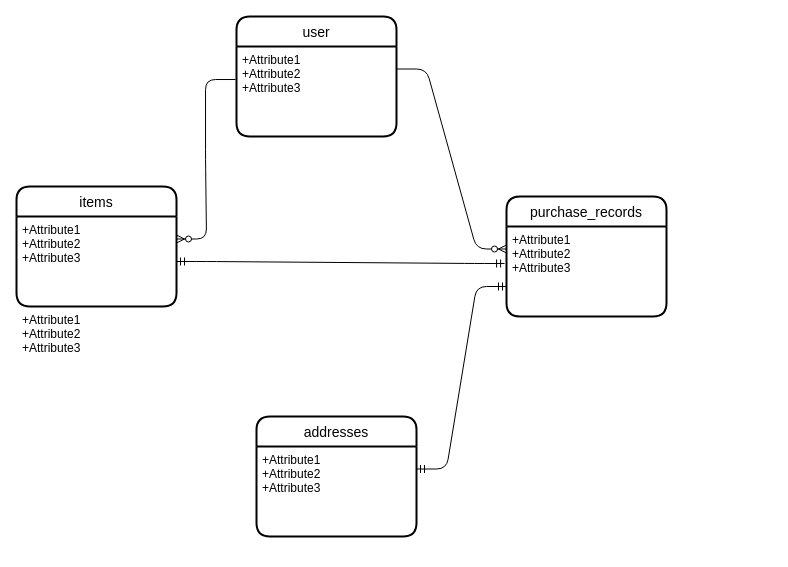
RyujiMasuda/furima-29579 keeps this draw.io diagram as table.dio. Above is the earlier version. Source tidied: cells renumbered, new cells numbered last; positions are measured from the earlier drawing's top-left corner, leaving out a move shared by most shapes. Both pictures are drawn from the tidied source at 100%, with x=0, y=0 at pixel (16, 16).
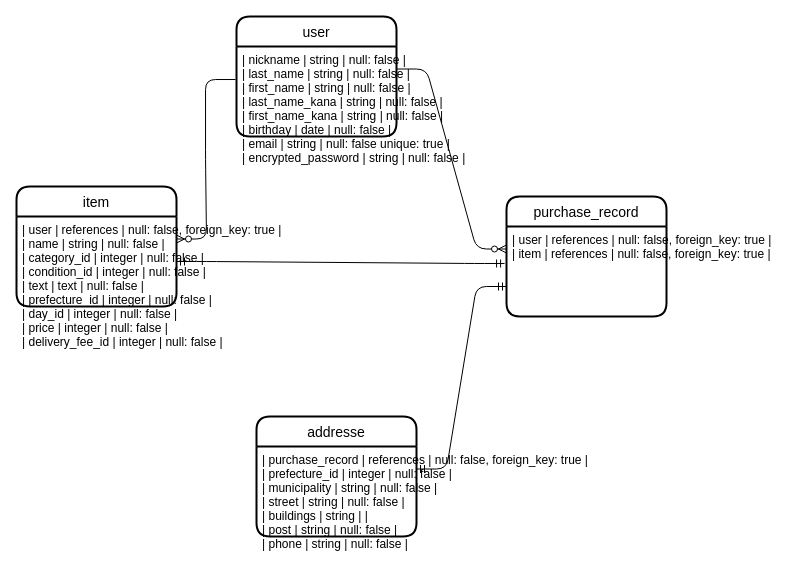
The same page after the edit.

Commit message (it also covers changes not shown here):
テーブル設計　5回目修正し忘れ

Change to the diagram source:
```diff
@@
 <mxGraphModel>
   <root>
     <mxCell id="0" />
     <mxCell id="1" parent="0" />
     <mxCell id="2" value="user" style="swimlane;horizontal=1;startSize=30;rounded=1;fontSize=14;fontStyle=0;strokeWidth=2;shadow=0;dashed=0;align=center;" parent="1" vertex="1">
       <mxGeometry x="220" width="160" height="120" as="geometry" />
     </mxCell>
-    <mxCell id="3" value="+Attribute1&#10;+Attribute2&#10;+Attribute3" style="align=left;strokeColor=none;fillColor=none;spacingLeft=4;fontSize=12;verticalAlign=top;" parent="2" vertex="1">
+    <mxCell id="3" value="| nickname        | string | null: false |&#10;| last_name       | string | null: false |&#10;| first_name      | string | null: false |&#10;| last_name_kana  | string | null: false |&#10;| first_name_kana | string | null: false |&#10;| birthday        | date | null: false |&#10;| email           | string | null: false unique: true |&#10;| encrypted_password        | string | null: false |&#10;" style="align=left;strokeColor=none;fillColor=none;spacingLeft=4;fontSize=12;verticalAlign=top;" parent="2" vertex="1">
       <mxGeometry y="30" width="160" height="90" as="geometry" />
     </mxCell>
-    <mxCell id="4" value="purchase_records" style="swimlane;horizontal=1;startSize=30;rounded=1;fontSize=14;fontStyle=0;strokeWidth=2;shadow=0;dashed=0;align=center;" parent="1" vertex="1">
+    <mxCell id="4" value="purchase_record" style="swimlane;horizontal=1;startSize=30;rounded=1;fontSize=14;fontStyle=0;strokeWidth=2;shadow=0;dashed=0;align=center;" parent="1" vertex="1">
       <mxGeometry x="490" y="180" width="160" height="120" as="geometry" />
     </mxCell>
-    <mxCell id="5" value="+Attribute1&#10;+Attribute2&#10;+Attribute3" style="align=left;strokeColor=none;fillColor=none;spacingLeft=4;fontSize=12;verticalAlign=top;" parent="4" vertex="1">
+    <mxCell id="5" value="| user  | references | null: false, foreign_key: true |&#10;| item  | references | null: false, foreign_key: true |&#10;" style="align=left;strokeColor=none;fillColor=none;spacingLeft=4;fontSize=12;verticalAlign=top;" parent="4" vertex="1">
       <mxGeometry y="30" width="160" height="90" as="geometry" />
     </mxCell>
     <mxCell id="6" style="edgeStyle=entityRelationEdgeStyle;fontSize=12;html=1;endArrow=ERzeroToMany;endFill=1;entryX=0;entryY=0.25;entryDx=0;entryDy=0;exitX=1;exitY=0.25;exitDx=0;exitDy=0;" parent="1" edge="1" source="3" target="5">
       <mxGeometry relative="1" as="geometry" />
     </mxCell>
-    <mxCell id="7" value="items" style="swimlane;horizontal=1;startSize=30;rounded=1;fontSize=14;fontStyle=0;strokeWidth=2;shadow=0;dashed=0;align=center;" parent="1" vertex="1">
+    <mxCell id="7" value="item" style="swimlane;horizontal=1;startSize=30;rounded=1;fontSize=14;fontStyle=0;strokeWidth=2;shadow=0;dashed=0;align=center;" parent="1" vertex="1">
       <mxGeometry y="170" width="160" height="120" as="geometry" />
     </mxCell>
-    <mxCell id="8" value="+Attribute1&#10;+Attribute2&#10;+Attribute3" style="align=left;strokeColor=none;fillColor=none;spacingLeft=4;fontSize=12;verticalAlign=top;" parent="7" vertex="1">
+    <mxCell id="8" value="| user          | references | null: false, foreign_key: true |&#10;| name          | string     | null: false                    |&#10;| category_id   | integer    | null: false                    |&#10;| condition_id  | integer    | null: false                    |&#10;| text          | text       | null: false                    |&#10;| prefecture_id | integer    | null: false                    |&#10;| day_id        | integer    | null: false                    |&#10;| price         | integer    | null: false                    |&#10;| delivery_fee_id  | integer     | null: false                    |&#10;" style="align=left;strokeColor=none;fillColor=none;spacingLeft=4;fontSize=12;verticalAlign=top;" parent="7" vertex="1">
       <mxGeometry y="30" width="160" height="90" as="geometry" />
     </mxCell>
-    <mxCell id="9" value="+Attribute1&#10;+Attribute2&#10;+Attribute3" style="align=left;strokeColor=none;fillColor=none;spacingLeft=4;fontSize=12;verticalAlign=top;" parent="7" vertex="1">
-      <mxGeometry y="120" width="160" as="geometry" />
-    </mxCell>
-    <mxCell id="10" value="addresses" style="swimlane;horizontal=1;startSize=30;rounded=1;fontSize=14;fontStyle=0;strokeWidth=2;shadow=0;dashed=0;align=center;" parent="1" vertex="1">
+    <mxCell id="10" value="addresse" style="swimlane;horizontal=1;startSize=30;rounded=1;fontSize=14;fontStyle=0;strokeWidth=2;shadow=0;dashed=0;align=center;" parent="1" vertex="1">
       <mxGeometry x="240" y="400" width="160" height="120" as="geometry" />
     </mxCell>
-    <mxCell id="11" value="+Attribute1&#10;+Attribute2&#10;+Attribute3" style="align=left;strokeColor=none;fillColor=none;spacingLeft=4;fontSize=12;verticalAlign=top;" parent="10" vertex="1">
+    <mxCell id="11" value="| purchase_record | references     | null: false, foreign_key: true |&#10;| prefecture_id   | integer        | null: false                    |&#10;| municipality    | string         | null: false                    |&#10;| street          | string         | null: false                    |&#10;| buildings       | string         |                                |&#10;| post            | string         | null: false                    |&#10;| phone           | string         | null: false                    |&#10;" style="align=left;strokeColor=none;fillColor=none;spacingLeft=4;fontSize=12;verticalAlign=top;" parent="10" vertex="1">
       <mxGeometry y="30" width="160" height="90" as="geometry" />
     </mxCell>
     <mxCell id="12" style="edgeStyle=entityRelationEdgeStyle;fontSize=12;html=1;endArrow=ERzeroToMany;endFill=1;exitX=-0.006;exitY=0.367;exitDx=0;exitDy=0;exitPerimeter=0;entryX=1;entryY=0.25;entryDx=0;entryDy=0;" parent="1" edge="1" source="3" target="8">
       <mxGeometry relative="1" as="geometry" />
     </mxCell>
     <mxCell id="13" style="edgeStyle=entityRelationEdgeStyle;fontSize=12;html=1;endArrow=ERmandOne;startArrow=ERmandOne;exitX=1;exitY=0.5;exitDx=0;exitDy=0;entryX=-0.012;entryY=0.411;entryDx=0;entryDy=0;entryPerimeter=0;" parent="1" edge="1" source="8" target="5">
       <mxGeometry relative="1" as="geometry" />
     </mxCell>
     <mxCell id="14" style="edgeStyle=entityRelationEdgeStyle;fontSize=12;html=1;endArrow=ERmandOne;startArrow=ERmandOne;entryX=0;entryY=0.75;entryDx=0;entryDy=0;exitX=1;exitY=0.25;exitDx=0;exitDy=0;" parent="1" edge="1" source="11" target="4">
       <mxGeometry relative="1" as="geometry" />
     </mxCell>
   </root>
 </mxGraphModel>
```
